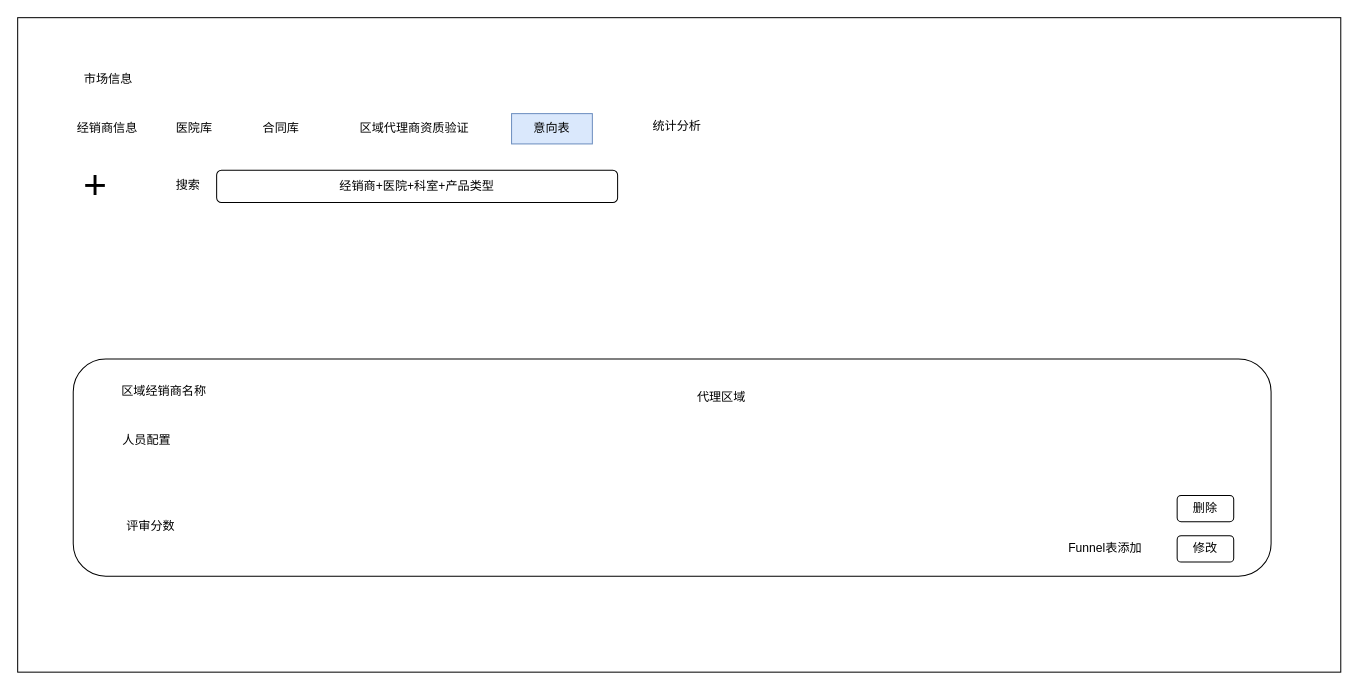
Earlier version of the draw.io diagram page "意向表" (5 of 6) of 泰加市场.drawio (cangwang/news). Source tidied: cells renumbered, new cells numbered last; positions are measured from the earlier drawing's top-left corner, leaving out a move shared by most shapes. Both pictures are drawn from the tidied source at 101%, with x=0, y=0 at pixel (17, 17).
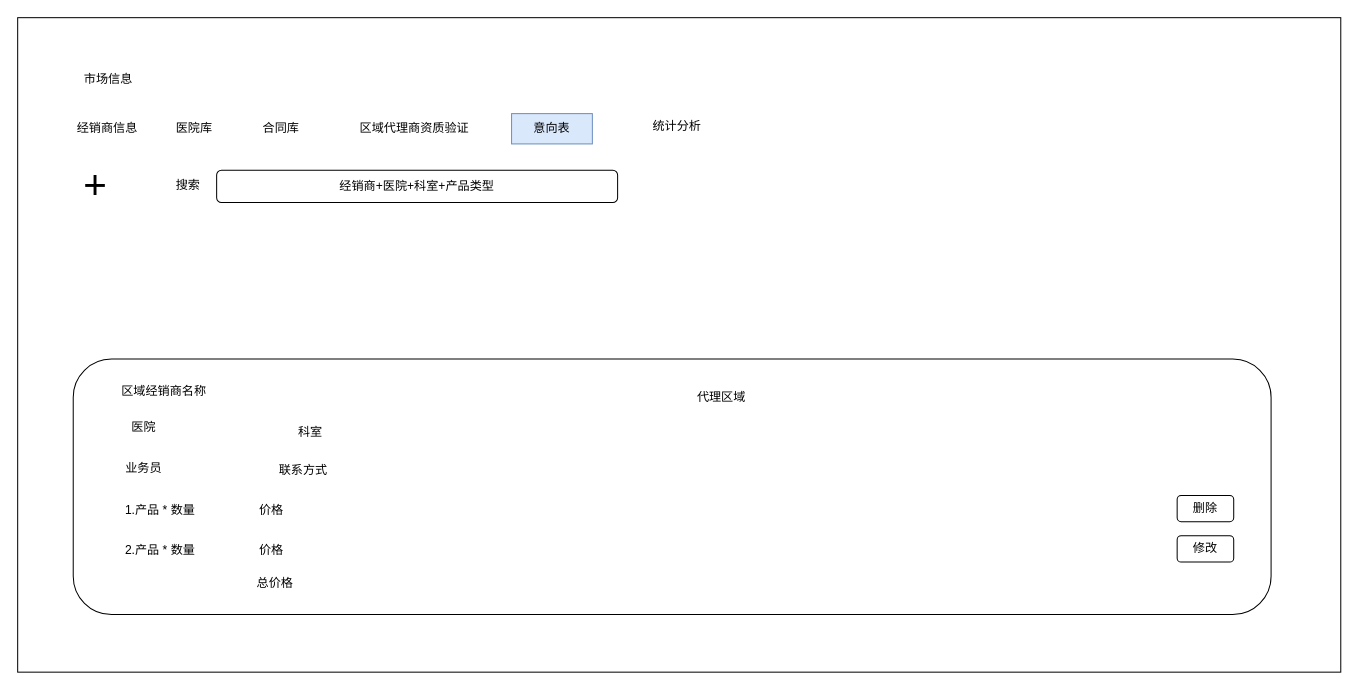
After the change.

Diff of the diagram source:
```diff
@@
     <mxCell id="8" style="rounded=1;whiteSpace=wrap;html=1;fontSize=12;" parent="1" vertex="1">
-      <mxGeometry x="55" y="338" width="1186" height="215" as="geometry" />
+      <mxGeometry x="55" y="338" width="1186" height="253" as="geometry" />
     </mxCell>
@@
-    <mxCell id="16" value="人员配置" style="text;html=1;strokeColor=none;fillColor=none;align=center;verticalAlign=middle;whiteSpace=wrap;rounded=0;fontSize=12;" parent="1" vertex="1">
-      <mxGeometry x="76" y="404" width="104" height="30" as="geometry" />
-    </mxCell>
-    <mxCell id="17" value="Funnel表添加" style="text;html=1;strokeColor=none;fillColor=none;align=center;verticalAlign=middle;whiteSpace=wrap;rounded=0;fontSize=12;" parent="1" vertex="1">
-      <mxGeometry x="1025" y="511" width="104" height="30" as="geometry" />
-    </mxCell>
-    <mxCell id="18" value="评审分数" style="text;html=1;strokeColor=none;fillColor=none;align=center;verticalAlign=middle;whiteSpace=wrap;rounded=0;fontSize=12;" parent="1" vertex="1">
-      <mxGeometry x="89" y="473" width="86" height="62" as="geometry" />
-    </mxCell>
@@
+    <mxCell id="21" value="业务员" style="text;html=1;strokeColor=none;fillColor=none;align=center;verticalAlign=middle;whiteSpace=wrap;rounded=0;fontSize=12;" parent="1" vertex="1">
+      <mxGeometry x="95" y="430.5" width="60" height="30" as="geometry" />
+    </mxCell>
+    <mxCell id="22" value="医院" style="text;html=1;strokeColor=none;fillColor=none;align=center;verticalAlign=middle;whiteSpace=wrap;rounded=0;fontSize=12;" parent="1" vertex="1">
+      <mxGeometry x="95" y="391" width="60" height="30" as="geometry" />
+    </mxCell>
+    <mxCell id="23" value="科室" style="text;html=1;strokeColor=none;fillColor=none;align=center;verticalAlign=middle;whiteSpace=wrap;rounded=0;fontSize=12;" parent="1" vertex="1">
+      <mxGeometry x="260" y="396" width="60" height="30" as="geometry" />
+    </mxCell>
+    <mxCell id="24" value="联系方式" style="text;html=1;strokeColor=none;fillColor=none;align=center;verticalAlign=middle;whiteSpace=wrap;rounded=0;fontSize=12;" parent="1" vertex="1">
+      <mxGeometry x="253" y="433" width="60" height="30" as="geometry" />
+    </mxCell>
+    <mxCell id="25" value="1.产品 * 数量&amp;nbsp; &amp;nbsp; &amp;nbsp; &amp;nbsp; &amp;nbsp; &amp;nbsp; &amp;nbsp; &amp;nbsp; &amp;nbsp; &amp;nbsp;价格" style="text;html=1;strokeColor=none;fillColor=none;align=center;verticalAlign=middle;whiteSpace=wrap;rounded=0;fontSize=12;" parent="1" vertex="1">
+      <mxGeometry x="73" y="473" width="224" height="30" as="geometry" />
+    </mxCell>
+    <mxCell id="26" value="2.产品 * 数量&amp;nbsp; &amp;nbsp; &amp;nbsp; &amp;nbsp; &amp;nbsp; &amp;nbsp; &amp;nbsp; &amp;nbsp; &amp;nbsp; &amp;nbsp;价格" style="text;html=1;strokeColor=none;fillColor=none;align=center;verticalAlign=middle;whiteSpace=wrap;rounded=0;fontSize=12;" parent="1" vertex="1">
+      <mxGeometry x="73" y="513" width="224" height="30" as="geometry" />
+    </mxCell>
+    <mxCell id="27" value="总价格" style="text;html=1;strokeColor=none;fillColor=none;align=center;verticalAlign=middle;whiteSpace=wrap;rounded=0;fontSize=12;" parent="1" vertex="1">
+      <mxGeometry x="225" y="545" width="60" height="30" as="geometry" />
+    </mxCell>
```
